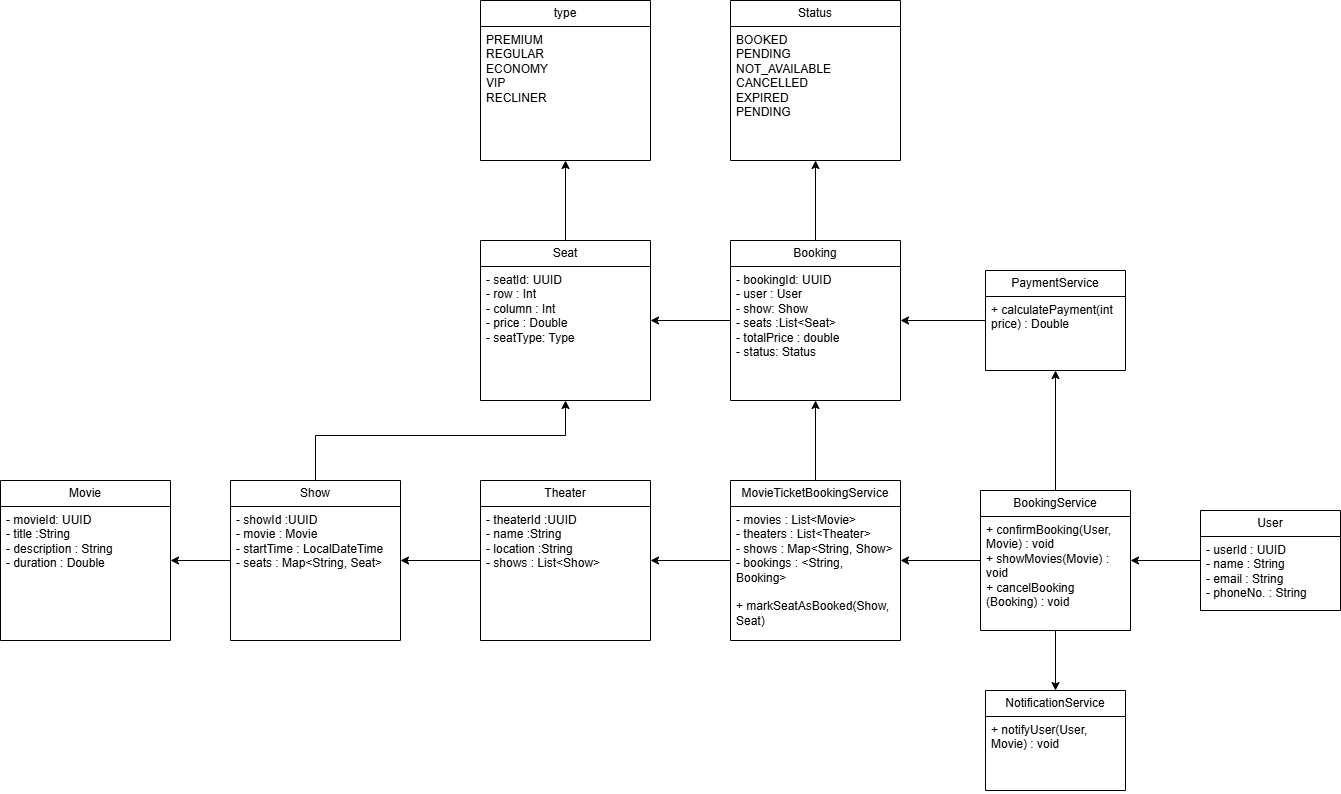
Above: BMS/bms.png in kanishk112/Practice (draw.io), before the change. Source tidied: cells renumbered, new cells last; positions are measured from the earlier drawing's top-left corner, leaving out a move shared by most shapes. Source of this version:
```xml
<mxGraphModel background="#ffffff">
  <root>
    <mxCell id="0" />
    <mxCell id="1" parent="0" />
    <mxCell id="2" style="edgeStyle=orthogonalEdgeStyle;rounded=0;jettySize=auto;html=1;" parent="1" edge="1" source="3" target="8">
      <mxGeometry relative="1" as="geometry" />
    </mxCell>
    <mxCell id="3" value="User" style="swimlane;fontStyle=0;horizontal=1;startSize=26;fillColor=none;whiteSpace=wrap;html=1;" parent="1" vertex="1">
      <mxGeometry x="1200" y="510" width="140" height="100" as="geometry" />
    </mxCell>
    <mxCell id="4" value="&lt;div&gt;- userId : UUID&lt;/div&gt;- name : String&lt;div&gt;- email : String&lt;/div&gt;&lt;div&gt;- phoneNo. : String&lt;/div&gt;" style="text;strokeColor=none;fillColor=none;align=left;verticalAlign=top;spacingLeft=4;spacingRight=4;overflow=hidden;whiteSpace=wrap;html=1;" parent="3" vertex="1">
      <mxGeometry y="26" width="140" height="74" as="geometry" />
    </mxCell>
    <mxCell id="5" style="edgeStyle=orthogonalEdgeStyle;rounded=0;jettySize=auto;html=1;" parent="1" edge="1" source="8" target="11">
      <mxGeometry relative="1" as="geometry" />
    </mxCell>
    <mxCell id="6" style="edgeStyle=orthogonalEdgeStyle;rounded=0;jettySize=auto;html=1;" parent="1" edge="1" source="8" target="13">
      <mxGeometry relative="1" as="geometry" />
    </mxCell>
    <mxCell id="7" style="edgeStyle=orthogonalEdgeStyle;rounded=0;jettySize=auto;html=1;" parent="1" edge="1" source="8" target="17">
      <mxGeometry relative="1" as="geometry" />
    </mxCell>
    <mxCell id="8" value="BookingService" style="swimlane;fontStyle=0;horizontal=1;startSize=26;fillColor=none;whiteSpace=wrap;html=1;" parent="1" vertex="1">
      <mxGeometry x="980" y="490" width="150" height="140" as="geometry" />
    </mxCell>
    <mxCell id="9" value="&lt;div&gt;+ confirmBooking(User, Movie) : void&lt;/div&gt;&lt;div&gt;+ showMovies(Movie) : void&lt;/div&gt;&lt;div&gt;+ cancelBooking (Booking) : void&lt;/div&gt;" style="text;strokeColor=none;fillColor=none;align=left;verticalAlign=top;spacingLeft=4;spacingRight=4;overflow=hidden;whiteSpace=wrap;html=1;" parent="8" vertex="1">
      <mxGeometry y="26" width="150" height="114" as="geometry" />
    </mxCell>
    <mxCell id="10" style="edgeStyle=orthogonalEdgeStyle;rounded=0;jettySize=auto;html=1;" parent="1" edge="1" source="11" target="21">
      <mxGeometry relative="1" as="geometry" />
    </mxCell>
    <mxCell id="11" value="PaymentService" style="swimlane;fontStyle=0;horizontal=1;startSize=26;fillColor=none;whiteSpace=wrap;html=1;" parent="1" vertex="1">
      <mxGeometry x="985" y="270" width="140" height="100" as="geometry" />
    </mxCell>
    <mxCell id="12" value="&lt;div&gt;+ calculatePayment(int price) : Double&lt;/div&gt;" style="text;strokeColor=none;fillColor=none;align=left;verticalAlign=top;spacingLeft=4;spacingRight=4;overflow=hidden;whiteSpace=wrap;html=1;" parent="11" vertex="1">
      <mxGeometry y="26" width="140" height="74" as="geometry" />
    </mxCell>
    <mxCell id="13" value="NotificationService" style="swimlane;fontStyle=0;horizontal=1;startSize=26;fillColor=none;whiteSpace=wrap;html=1;" parent="1" vertex="1">
      <mxGeometry x="985" y="690" width="140" height="100" as="geometry" />
    </mxCell>
    <mxCell id="14" value="&lt;div&gt;+ notifyUser(User, Movie) : void&lt;/div&gt;" style="text;strokeColor=none;fillColor=none;align=left;verticalAlign=top;spacingLeft=4;spacingRight=4;overflow=hidden;whiteSpace=wrap;html=1;" parent="13" vertex="1">
      <mxGeometry y="26" width="140" height="74" as="geometry" />
    </mxCell>
    <mxCell id="15" style="edgeStyle=orthogonalEdgeStyle;rounded=0;jettySize=auto;html=1;" parent="1" edge="1" source="17" target="21">
      <mxGeometry relative="1" as="geometry" />
    </mxCell>
    <mxCell id="16" style="edgeStyle=orthogonalEdgeStyle;rounded=0;jettySize=auto;html=1;" parent="1" edge="1" source="17" target="33">
      <mxGeometry relative="1" as="geometry" />
    </mxCell>
    <mxCell id="17" value="MovieTicketBookingService" style="swimlane;fontStyle=0;horizontal=1;startSize=26;fillColor=none;whiteSpace=wrap;html=1;" parent="1" vertex="1">
      <mxGeometry x="730" y="480" width="170" height="160" as="geometry" />
    </mxCell>
    <mxCell id="18" value="&lt;div&gt;- movies : List&amp;lt;Movie&amp;gt;&lt;/div&gt;&lt;div&gt;- theaters : List&amp;lt;Theater&amp;gt;&lt;/div&gt;&lt;div&gt;- shows : Map&amp;lt;String, Show&amp;gt;&lt;/div&gt;&lt;div&gt;- bookings : &amp;lt;String, Booking&amp;gt;&lt;/div&gt;&lt;div&gt;&lt;br&gt;&lt;/div&gt;&lt;div&gt;+ markSeatAsBooked(Show, Seat)&lt;/div&gt;&lt;div&gt;&lt;br&gt;&lt;/div&gt;" style="text;strokeColor=none;fillColor=none;align=left;verticalAlign=top;spacingLeft=4;spacingRight=4;overflow=hidden;whiteSpace=wrap;html=1;" parent="17" vertex="1">
      <mxGeometry y="26" width="170" height="134" as="geometry" />
    </mxCell>
    <mxCell id="19" style="edgeStyle=orthogonalEdgeStyle;rounded=0;jettySize=auto;html=1;" parent="1" edge="1" source="21" target="23">
      <mxGeometry relative="1" as="geometry" />
    </mxCell>
    <mxCell id="20" style="edgeStyle=orthogonalEdgeStyle;rounded=0;jettySize=auto;html=1;" parent="1" edge="1" source="21" target="28">
      <mxGeometry relative="1" as="geometry" />
    </mxCell>
    <mxCell id="21" value="Booking" style="swimlane;fontStyle=0;horizontal=1;startSize=26;fillColor=none;whiteSpace=wrap;html=1;" parent="1" vertex="1">
      <mxGeometry x="730" y="240" width="170" height="160" as="geometry" />
    </mxCell>
    <mxCell id="22" value="&lt;div&gt;- bookingId: UUID&lt;/div&gt;&lt;div&gt;- user : User&lt;/div&gt;&lt;div&gt;- show: Show&lt;/div&gt;&lt;div&gt;- seats :List&amp;lt;Seat&amp;gt;&lt;/div&gt;&lt;div&gt;- totalPrice : double&lt;/div&gt;&lt;div&gt;- status: Status&lt;/div&gt;" style="text;strokeColor=none;fillColor=none;align=left;verticalAlign=top;spacingLeft=4;spacingRight=4;overflow=hidden;whiteSpace=wrap;html=1;" parent="21" vertex="1">
      <mxGeometry y="26" width="170" height="134" as="geometry" />
    </mxCell>
    <mxCell id="23" value="Status" style="swimlane;fontStyle=0;horizontal=1;startSize=26;fillColor=none;whiteSpace=wrap;html=1;" parent="1" vertex="1">
      <mxGeometry x="730" width="170" height="160" as="geometry" />
    </mxCell>
    <mxCell id="24" value="&lt;div&gt;BOOKED&lt;/div&gt;&lt;div&gt;PENDING&lt;/div&gt;&lt;div&gt;NOT_AVAILABLE&lt;/div&gt;&lt;div&gt;CANCELLED&lt;/div&gt;&lt;div&gt;EXPIRED&lt;/div&gt;&lt;div&gt;PENDING&lt;/div&gt;" style="text;strokeColor=none;fillColor=none;align=left;verticalAlign=top;spacingLeft=4;spacingRight=4;overflow=hidden;whiteSpace=wrap;html=1;" parent="23" vertex="1">
      <mxGeometry y="26" width="170" height="134" as="geometry" />
    </mxCell>
    <mxCell id="25" value="Movie" style="swimlane;fontStyle=0;horizontal=1;startSize=26;fillColor=none;whiteSpace=wrap;html=1;" parent="1" vertex="1">
      <mxGeometry y="480" width="170" height="160" as="geometry" />
    </mxCell>
    <mxCell id="26" value="&lt;div&gt;- movieId: UUID&lt;/div&gt;&lt;div&gt;- title :String&lt;/div&gt;&lt;div&gt;- description : String&lt;/div&gt;&lt;div&gt;- duration : Double&lt;/div&gt;" style="text;strokeColor=none;fillColor=none;align=left;verticalAlign=top;spacingLeft=4;spacingRight=4;overflow=hidden;whiteSpace=wrap;html=1;" parent="25" vertex="1">
      <mxGeometry y="26" width="170" height="134" as="geometry" />
    </mxCell>
    <mxCell id="27" style="edgeStyle=orthogonalEdgeStyle;rounded=0;jettySize=auto;html=1;" parent="1" edge="1" source="28" target="30">
      <mxGeometry relative="1" as="geometry" />
    </mxCell>
    <mxCell id="28" value="Seat" style="swimlane;fontStyle=0;horizontal=1;startSize=26;fillColor=none;whiteSpace=wrap;html=1;" parent="1" vertex="1">
      <mxGeometry x="480" y="240" width="170" height="160" as="geometry" />
    </mxCell>
    <mxCell id="29" value="- seatId: UUID&lt;div&gt;- row : Int&lt;/div&gt;&lt;div&gt;- column : Int&lt;/div&gt;&lt;div&gt;- price : Double&lt;/div&gt;&lt;div&gt;- seatType: Type&lt;/div&gt;" style="text;strokeColor=none;fillColor=none;align=left;verticalAlign=top;spacingLeft=4;spacingRight=4;overflow=hidden;whiteSpace=wrap;html=1;" parent="28" vertex="1">
      <mxGeometry y="26" width="170" height="134" as="geometry" />
    </mxCell>
    <mxCell id="30" value="type" style="swimlane;fontStyle=0;horizontal=1;startSize=26;fillColor=none;whiteSpace=wrap;html=1;" parent="1" vertex="1">
      <mxGeometry x="480" width="170" height="160" as="geometry" />
    </mxCell>
    <mxCell id="31" value="PREMIUM&lt;div&gt;REGULAR&lt;/div&gt;&lt;div&gt;ECONOMY&lt;/div&gt;&lt;div&gt;VIP&lt;/div&gt;&lt;div&gt;RECLINER&lt;/div&gt;" style="text;strokeColor=none;fillColor=none;align=left;verticalAlign=top;spacingLeft=4;spacingRight=4;overflow=hidden;whiteSpace=wrap;html=1;" parent="30" vertex="1">
      <mxGeometry y="26" width="170" height="134" as="geometry" />
    </mxCell>
    <mxCell id="32" style="edgeStyle=orthogonalEdgeStyle;rounded=0;jettySize=auto;html=1;" parent="1" edge="1" source="33" target="37">
      <mxGeometry relative="1" as="geometry" />
    </mxCell>
    <mxCell id="33" value="Theater" style="swimlane;fontStyle=0;horizontal=1;startSize=26;fillColor=none;whiteSpace=wrap;html=1;" parent="1" vertex="1">
      <mxGeometry x="480" y="480" width="170" height="160" as="geometry" />
    </mxCell>
    <mxCell id="34" value="&lt;div&gt;- theaterId :UUID&lt;/div&gt;&lt;div&gt;- name :String&lt;/div&gt;&lt;div&gt;- location :String&lt;/div&gt;&lt;div&gt;- shows : List&amp;lt;Show&amp;gt;&lt;/div&gt;" style="text;strokeColor=none;fillColor=none;align=left;verticalAlign=top;spacingLeft=4;spacingRight=4;overflow=hidden;whiteSpace=wrap;html=1;" parent="33" vertex="1">
      <mxGeometry y="26" width="170" height="134" as="geometry" />
    </mxCell>
    <mxCell id="35" style="edgeStyle=orthogonalEdgeStyle;rounded=0;jettySize=auto;html=1;" parent="1" edge="1" source="37" target="25">
      <mxGeometry relative="1" as="geometry" />
    </mxCell>
    <mxCell id="36" style="edgeStyle=orthogonalEdgeStyle;rounded=0;jettySize=auto;html=1;" parent="1" edge="1" source="37" target="28">
      <mxGeometry relative="1" as="geometry">
        <Array as="points">
          <mxPoint x="315" y="435" />
          <mxPoint x="565" y="435" />
        </Array>
      </mxGeometry>
    </mxCell>
    <mxCell id="37" value="Show" style="swimlane;fontStyle=0;horizontal=1;startSize=26;fillColor=none;whiteSpace=wrap;html=1;" parent="1" vertex="1">
      <mxGeometry x="230" y="480" width="170" height="160" as="geometry" />
    </mxCell>
    <mxCell id="38" value="&lt;div&gt;- showId :UUID&lt;/div&gt;&lt;div&gt;- movie : Movie&lt;br&gt;&lt;/div&gt;&lt;div&gt;- startTime : LocalDateTime&lt;/div&gt;&lt;div&gt;- seats : Map&amp;lt;String, Seat&amp;gt;&amp;nbsp;&lt;/div&gt;" style="text;strokeColor=none;fillColor=none;align=left;verticalAlign=top;spacingLeft=4;spacingRight=4;overflow=hidden;whiteSpace=wrap;html=1;" parent="37" vertex="1">
      <mxGeometry y="26" width="170" height="134" as="geometry" />
    </mxCell>
  </root>
</mxGraphModel>
```
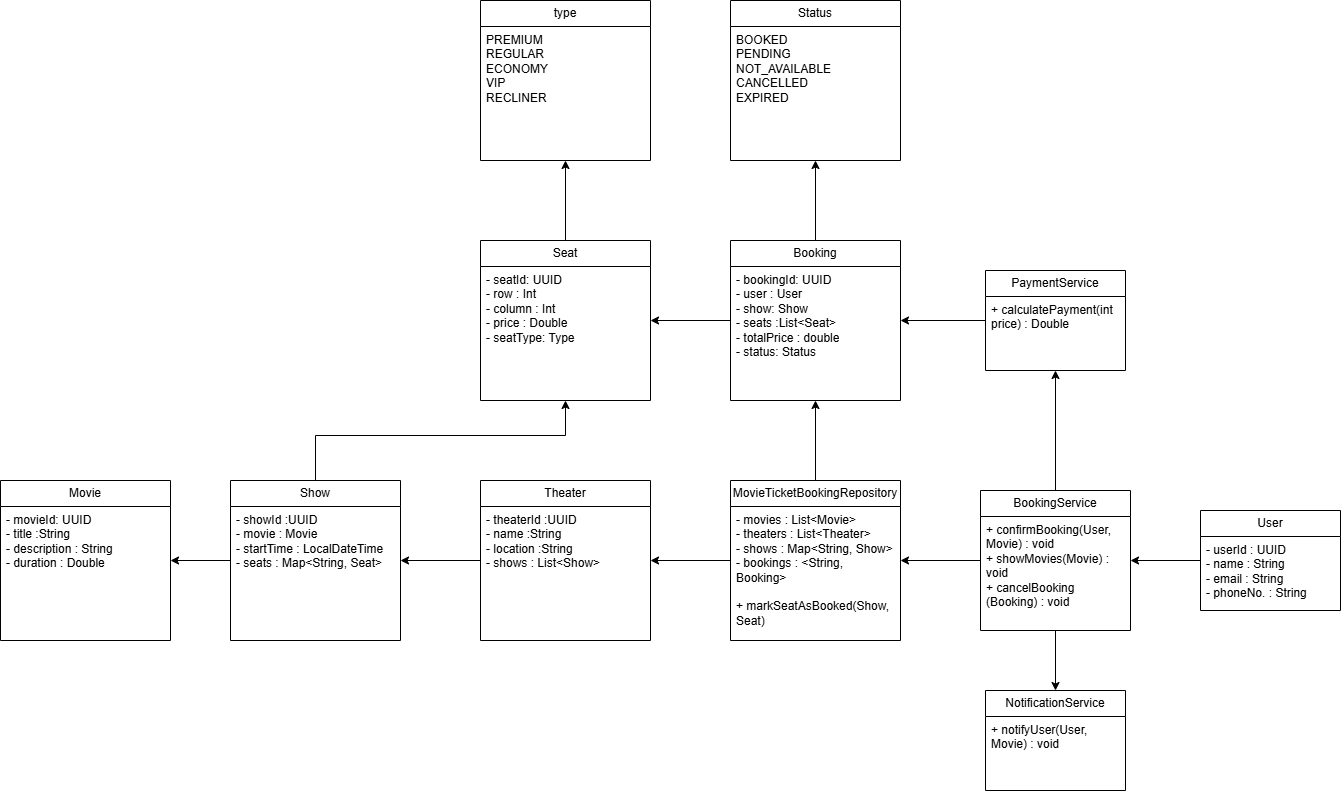
After the commit.

Commit message:
BMS class diagram v2

Change to the diagram source:
```diff
@@ -47,7 +47,7 @@
     <mxCell id="16" style="edgeStyle=orthogonalEdgeStyle;rounded=0;jettySize=auto;html=1;" parent="1" edge="1" source="17" target="33">
       <mxGeometry relative="1" as="geometry" />
     </mxCell>
-    <mxCell id="17" value="MovieTicketBookingService" style="swimlane;fontStyle=0;horizontal=1;startSize=26;fillColor=none;whiteSpace=wrap;html=1;" parent="1" vertex="1">
+    <mxCell id="17" value="MovieTicketBookingRepository" style="swimlane;fontStyle=0;horizontal=1;startSize=26;fillColor=none;whiteSpace=wrap;html=1;" parent="1" vertex="1">
       <mxGeometry x="730" y="480" width="170" height="160" as="geometry" />
     </mxCell>
     <mxCell id="18" value="&lt;div&gt;- movies : List&amp;lt;Movie&amp;gt;&lt;/div&gt;&lt;div&gt;- theaters : List&amp;lt;Theater&amp;gt;&lt;/div&gt;&lt;div&gt;- shows : Map&amp;lt;String, Show&amp;gt;&lt;/div&gt;&lt;div&gt;- bookings : &amp;lt;String, Booking&amp;gt;&lt;/div&gt;&lt;div&gt;&lt;br&gt;&lt;/div&gt;&lt;div&gt;+ markSeatAsBooked(Show, Seat)&lt;/div&gt;&lt;div&gt;&lt;br&gt;&lt;/div&gt;" style="text;strokeColor=none;fillColor=none;align=left;verticalAlign=top;spacingLeft=4;spacingRight=4;overflow=hidden;whiteSpace=wrap;html=1;" parent="17" vertex="1">
@@ -68,7 +68,7 @@
     <mxCell id="23" value="Status" style="swimlane;fontStyle=0;horizontal=1;startSize=26;fillColor=none;whiteSpace=wrap;html=1;" parent="1" vertex="1">
       <mxGeometry x="730" width="170" height="160" as="geometry" />
     </mxCell>
-    <mxCell id="24" value="&lt;div&gt;BOOKED&lt;/div&gt;&lt;div&gt;PENDING&lt;/div&gt;&lt;div&gt;NOT_AVAILABLE&lt;/div&gt;&lt;div&gt;CANCELLED&lt;/div&gt;&lt;div&gt;EXPIRED&lt;/div&gt;&lt;div&gt;PENDING&lt;/div&gt;" style="text;strokeColor=none;fillColor=none;align=left;verticalAlign=top;spacingLeft=4;spacingRight=4;overflow=hidden;whiteSpace=wrap;html=1;" parent="23" vertex="1">
+    <mxCell id="24" value="&lt;div&gt;BOOKED&lt;/div&gt;&lt;div&gt;PENDING&lt;/div&gt;&lt;div&gt;NOT_AVAILABLE&lt;/div&gt;&lt;div&gt;CANCELLED&lt;/div&gt;&lt;div&gt;EXPIRED&lt;/div&gt;" style="text;strokeColor=none;fillColor=none;align=left;verticalAlign=top;spacingLeft=4;spacingRight=4;overflow=hidden;whiteSpace=wrap;html=1;" parent="23" vertex="1">
       <mxGeometry y="26" width="170" height="134" as="geometry" />
     </mxCell>
     <mxCell id="25" value="Movie" style="swimlane;fontStyle=0;horizontal=1;startSize=26;fillColor=none;whiteSpace=wrap;html=1;" parent="1" vertex="1">
```
